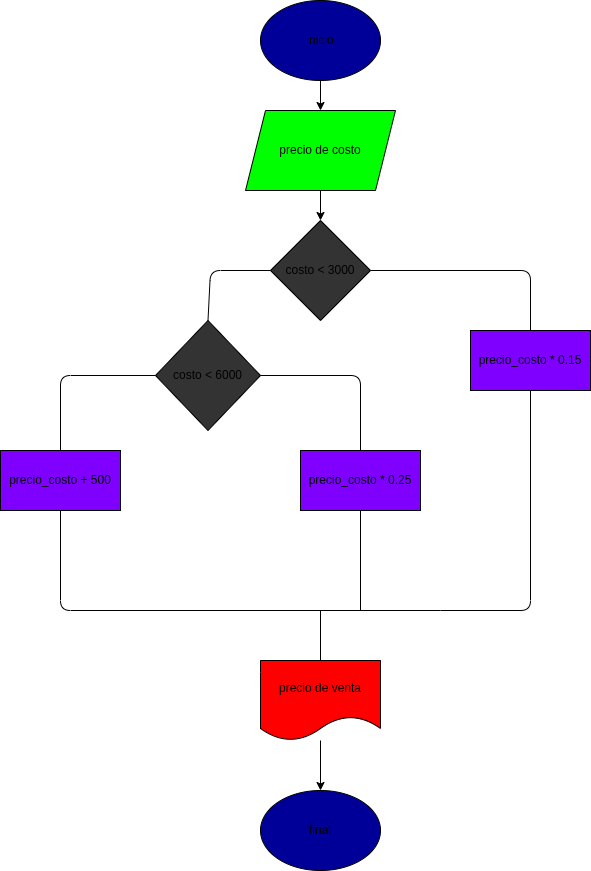
The draw.io diagram carpeta_3/diagrama.png in neinafua/taller-condicional, before a commit. Source tidied: cells renumbered, new cells last; positions are measured from the earlier drawing's top-left corner, leaving out a move shared by most shapes. The source it was exported from:
```xml
<mxGraphModel>
  <root>
    <mxCell id="0" />
    <mxCell id="1" parent="0" />
    <mxCell id="2" style="edgeStyle=none;html=1;" parent="1" edge="1" source="3" target="5">
      <mxGeometry relative="1" as="geometry" />
    </mxCell>
    <mxCell id="3" value="inicio" style="ellipse;whiteSpace=wrap;html=1;fillColor=#000099;" parent="1" vertex="1">
      <mxGeometry x="260" width="120" height="80" as="geometry" />
    </mxCell>
    <mxCell id="4" style="edgeStyle=none;html=1;" parent="1" edge="1" source="5" target="6">
      <mxGeometry relative="1" as="geometry" />
    </mxCell>
    <mxCell id="5" value="precio de costo" style="shape=parallelogram;perimeter=parallelogramPerimeter;whiteSpace=wrap;html=1;fixedSize=1;fillColor=#00FF00;" parent="1" vertex="1">
      <mxGeometry x="245" y="110" width="150" height="80" as="geometry" />
    </mxCell>
    <mxCell id="6" value="costo &amp;lt; 3000" style="rhombus;whiteSpace=wrap;html=1;fillColor=#333333;" parent="1" vertex="1">
      <mxGeometry x="270" y="220" width="100" height="100" as="geometry" />
    </mxCell>
    <mxCell id="7" value="costo &amp;lt; 6000" style="rhombus;whiteSpace=wrap;html=1;fillColor=#333333;" parent="1" vertex="1">
      <mxGeometry x="155" y="320" width="105" height="110" as="geometry" />
    </mxCell>
    <mxCell id="8" style="endArrow=none;html=1;exitX=0.5;exitY=0;exitDx=0;exitDy=0;entryX=1;entryY=0.5;entryDx=0;entryDy=0;" parent="1" edge="1" target="7">
      <mxGeometry relative="1" as="geometry">
        <mxPoint x="360" y="450" as="sourcePoint" />
        <Array as="points">
          <mxPoint x="360" y="375" />
        </Array>
      </mxGeometry>
    </mxCell>
    <mxCell id="9" style="endArrow=none;html=1;exitX=0.5;exitY=0;exitDx=0;exitDy=0;entryX=0;entryY=0.5;entryDx=0;entryDy=0;" parent="1" edge="1" target="7">
      <mxGeometry relative="1" as="geometry">
        <mxPoint x="60" y="450" as="sourcePoint" />
        <Array as="points">
          <mxPoint x="60" y="375" />
        </Array>
      </mxGeometry>
    </mxCell>
    <mxCell id="10" style="endArrow=none;html=1;entryX=1;entryY=0.5;entryDx=0;entryDy=0;exitX=0.5;exitY=0;exitDx=0;exitDy=0;" parent="1" edge="1" target="6">
      <mxGeometry relative="1" as="geometry">
        <mxPoint x="530" y="335" as="sourcePoint" />
        <Array as="points">
          <mxPoint x="530" y="270" />
        </Array>
      </mxGeometry>
    </mxCell>
    <mxCell id="11" style="endArrow=none;html=1;entryX=0;entryY=0.5;entryDx=0;entryDy=0;exitX=0.5;exitY=0;exitDx=0;exitDy=0;" parent="1" edge="1" source="7" target="6">
      <mxGeometry relative="1" as="geometry">
        <Array as="points">
          <mxPoint x="210" y="270" />
        </Array>
      </mxGeometry>
    </mxCell>
    <mxCell id="12" value="precio_costo * 0.15" style="rounded=0;whiteSpace=wrap;html=1;fillColor=#7F00FF;" parent="1" vertex="1">
      <mxGeometry x="470" y="330" width="120" height="60" as="geometry" />
    </mxCell>
    <mxCell id="13" value="precio_costo * 0.25" style="rounded=0;whiteSpace=wrap;html=1;fillColor=#7F00FF;" parent="1" vertex="1">
      <mxGeometry x="300" y="450" width="120" height="60" as="geometry" />
    </mxCell>
    <mxCell id="14" value="precio_costo + 500" style="rounded=0;whiteSpace=wrap;html=1;fillColor=#7F00FF;" parent="1" vertex="1">
      <mxGeometry y="450" width="120" height="60" as="geometry" />
    </mxCell>
    <mxCell id="15" style="endArrow=none;html=1;exitX=0.5;exitY=1;exitDx=0;exitDy=0;" parent="1" edge="1" source="14">
      <mxGeometry relative="1" as="geometry">
        <mxPoint x="440" y="610" as="targetPoint" />
        <Array as="points">
          <mxPoint x="60" y="610" />
        </Array>
      </mxGeometry>
    </mxCell>
    <mxCell id="16" style="endArrow=none;html=1;" parent="1" edge="1">
      <mxGeometry relative="1" as="geometry">
        <mxPoint x="360" y="610" as="sourcePoint" />
        <mxPoint x="360" y="510" as="targetPoint" />
      </mxGeometry>
    </mxCell>
    <mxCell id="17" style="endArrow=none;html=1;entryX=0.5;entryY=1;entryDx=0;entryDy=0;" parent="1" edge="1" target="12">
      <mxGeometry relative="1" as="geometry">
        <mxPoint x="440" y="610" as="sourcePoint" />
        <Array as="points">
          <mxPoint x="530" y="610" />
        </Array>
      </mxGeometry>
    </mxCell>
    <mxCell id="18" style="edgeStyle=none;html=1;" parent="1" edge="1" source="19" target="20">
      <mxGeometry relative="1" as="geometry" />
    </mxCell>
    <mxCell id="19" value="precio de venta" style="shape=document;whiteSpace=wrap;html=1;boundedLbl=1;fillColor=#FF0000;" parent="1" vertex="1">
      <mxGeometry x="260" y="660" width="120" height="80" as="geometry" />
    </mxCell>
    <mxCell id="20" value="final" style="ellipse;whiteSpace=wrap;html=1;fillColor=#000099;" parent="1" vertex="1">
      <mxGeometry x="260" y="790" width="120" height="80" as="geometry" />
    </mxCell>
    <mxCell id="21" style="endArrow=none;html=1;exitX=0.5;exitY=0;exitDx=0;exitDy=0;" parent="1" edge="1" source="19">
      <mxGeometry relative="1" as="geometry">
        <mxPoint x="320" y="610" as="targetPoint" />
      </mxGeometry>
    </mxCell>
  </root>
</mxGraphModel>
```
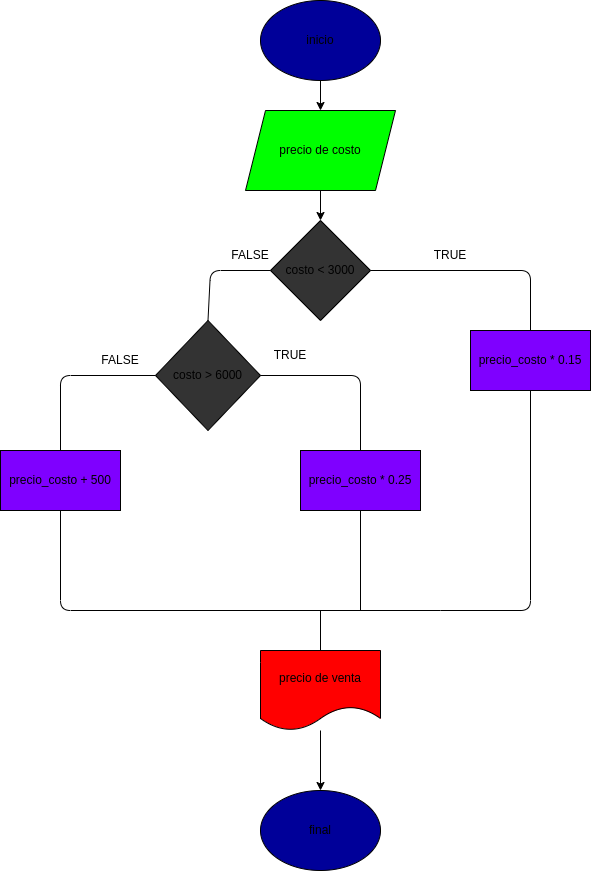
After the commit.

Commit message:
se realizo analisis y diseño

What changed in the source:
```diff
@@ -17,7 +17,7 @@
     <mxCell id="6" value="costo &amp;lt; 3000" style="rhombus;whiteSpace=wrap;html=1;fillColor=#333333;" parent="1" vertex="1">
       <mxGeometry x="270" y="220" width="100" height="100" as="geometry" />
     </mxCell>
-    <mxCell id="7" value="costo &amp;lt; 6000" style="rhombus;whiteSpace=wrap;html=1;fillColor=#333333;" parent="1" vertex="1">
+    <mxCell id="7" value="costo &amp;gt; 6000" style="rhombus;whiteSpace=wrap;html=1;fillColor=#333333;" parent="1" vertex="1">
       <mxGeometry x="155" y="320" width="105" height="110" as="geometry" />
     </mxCell>
     <mxCell id="8" style="endArrow=none;html=1;exitX=0.5;exitY=0;exitDx=0;exitDy=0;entryX=1;entryY=0.5;entryDx=0;entryDy=0;" parent="1" edge="1" target="7">
@@ -86,7 +86,7 @@
       <mxGeometry relative="1" as="geometry" />
     </mxCell>
     <mxCell id="19" value="precio de venta" style="shape=document;whiteSpace=wrap;html=1;boundedLbl=1;fillColor=#FF0000;" parent="1" vertex="1">
-      <mxGeometry x="260" y="660" width="120" height="80" as="geometry" />
+      <mxGeometry x="260" y="650" width="120" height="80" as="geometry" />
     </mxCell>
     <mxCell id="20" value="final" style="ellipse;whiteSpace=wrap;html=1;fillColor=#000099;" parent="1" vertex="1">
       <mxGeometry x="260" y="790" width="120" height="80" as="geometry" />
@@ -96,5 +96,17 @@
         <mxPoint x="320" y="610" as="targetPoint" />
       </mxGeometry>
     </mxCell>
+    <mxCell id="22" value="TRUE" style="text;html=1;strokeColor=none;fillColor=none;align=center;verticalAlign=middle;whiteSpace=wrap;rounded=0;" parent="1" vertex="1">
+      <mxGeometry x="420" y="240" width="60" height="30" as="geometry" />
+    </mxCell>
+    <mxCell id="23" value="FALSE" style="text;html=1;strokeColor=none;fillColor=none;align=center;verticalAlign=middle;whiteSpace=wrap;rounded=0;" parent="1" vertex="1">
+      <mxGeometry x="220" y="240" width="60" height="30" as="geometry" />
+    </mxCell>
+    <mxCell id="24" value="TRUE" style="text;html=1;strokeColor=none;fillColor=none;align=center;verticalAlign=middle;whiteSpace=wrap;rounded=0;" parent="1" vertex="1">
+      <mxGeometry x="260" y="340" width="60" height="30" as="geometry" />
+    </mxCell>
+    <mxCell id="25" value="FALSE" style="text;html=1;strokeColor=none;fillColor=none;align=center;verticalAlign=middle;whiteSpace=wrap;rounded=0;" parent="1" vertex="1">
+      <mxGeometry x="90" y="345" width="60" height="30" as="geometry" />
+    </mxCell>
   </root>
 </mxGraphModel>
```
